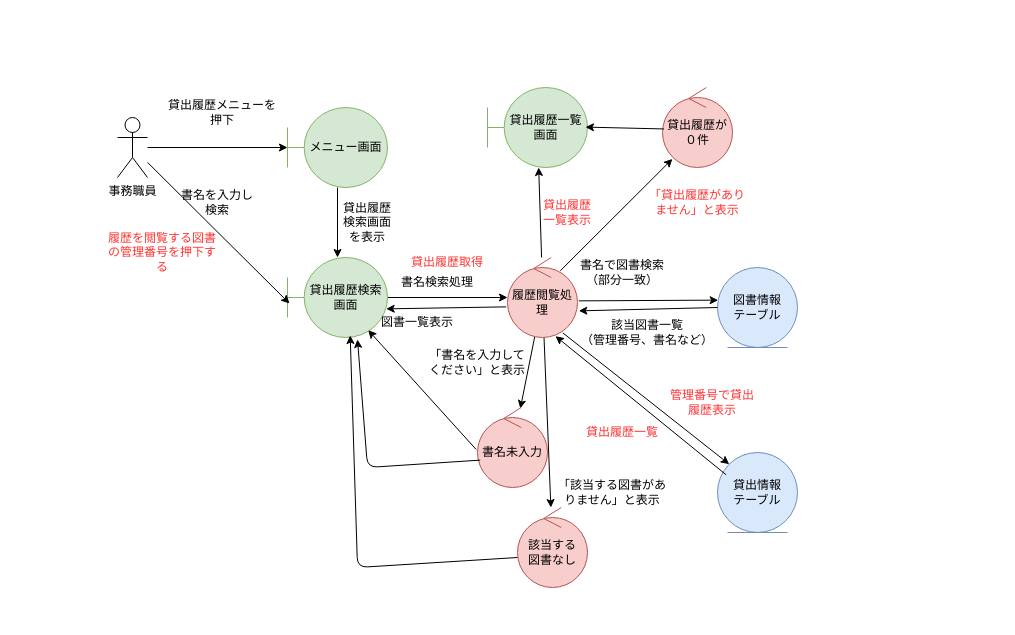
Above: group/effect_measurement/file2/analysis_02_view_history.drawio in sugimoto0804/o-hara_uml (draw.io), before the change. Source tidied: cells renumbered, new cells numbered last; positions are measured from the earlier drawing's top-left corner, leaving out a move shared by most shapes. Both pictures are drawn from the tidied source at 100%, with x=0, y=0 at pixel (107, 87).
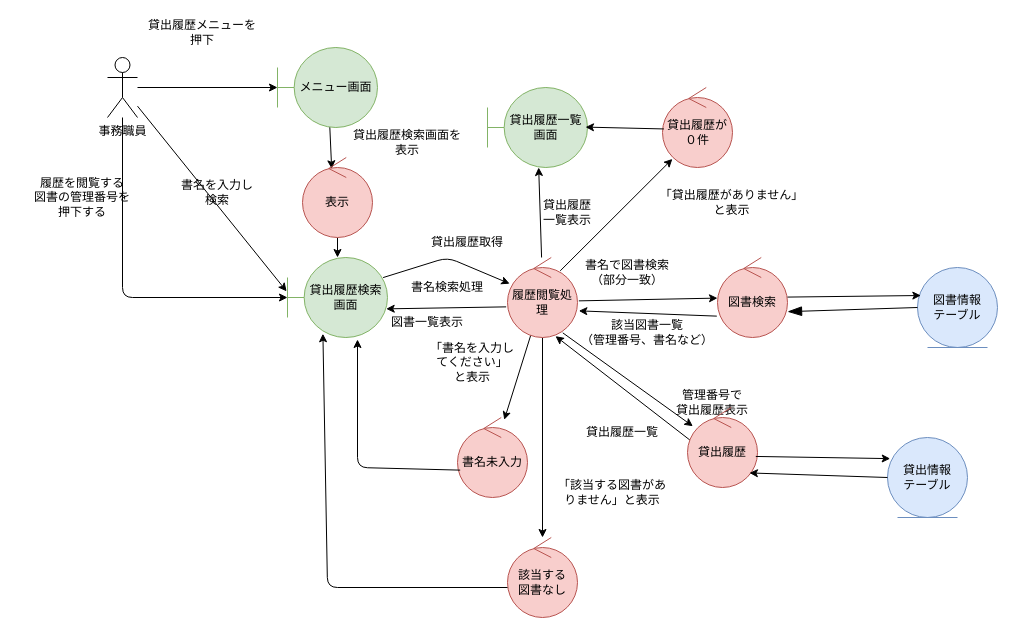
Above is the later version.

Unchanged cells that the change refers to:
```xml
<mxCell id="7" value="貸出履歴検索画面" style="shape=umlBoundary;whiteSpace=wrap;html=1;fillColor=#d5e8d4;strokeColor=#82b366;" parent="1" vertex="1">
  <mxGeometry x="180" y="170" width="100" height="80" as="geometry" />
</mxCell>
<mxCell id="16" value="履歴閲覧処理" style="ellipse;shape=umlControl;whiteSpace=wrap;html=1;fillColor=#f8cecc;strokeColor=#b85450;" parent="1" vertex="1">
  <mxGeometry x="400" y="170" width="70" height="80" as="geometry" />
</mxCell>
```

Diff of the diagram source:
```diff
@@
     <mxCell id="3" value="事務職員" style="shape=umlActor;verticalLabelPosition=bottom;verticalAlign=top;html=1;" parent="1" vertex="1">
-      <mxGeometry x="10" y="30" width="30" height="60" as="geometry" />
+      <mxGeometry y="-30" width="30" height="60" as="geometry" />
     </mxCell>
-    <mxCell id="4" style="edgeStyle=none;html=1;" parent="1" edge="1" source="5" target="7">
-      <mxGeometry relative="1" as="geometry" />
-    </mxCell>
+    <mxCell id="44" style="edgeStyle=none;html=1;exitX=0.523;exitY=0.993;exitDx=0;exitDy=0;exitPerimeter=0;entryX=0.417;entryY=0.141;entryDx=0;entryDy=0;entryPerimeter=0;" parent="1" edge="1" source="5" target="47">
+      <mxGeometry relative="1" as="geometry" />
+    </mxCell>
     <mxCell id="5" value="メニュー画面" style="shape=umlBoundary;whiteSpace=wrap;html=1;fillColor=#d5e8d4;strokeColor=#82b366;" parent="1" vertex="1">
-      <mxGeometry x="180" y="20" width="100" height="80" as="geometry" />
+      <mxGeometry x="170" y="-40" width="100" height="80" as="geometry" />
     </mxCell>
-    <mxCell id="6" style="edgeStyle=none;html=1;" parent="1" edge="1" source="7" target="16">
-      <mxGeometry relative="1" as="geometry" />
-    </mxCell>
@@
     <mxCell id="9" value="貸出履歴メニューを押下" style="text;html=1;align=center;verticalAlign=middle;whiteSpace=wrap;rounded=0;" parent="1" vertex="1">
-      <mxGeometry x="60" y="10" width="110" height="30" as="geometry" />
+      <mxGeometry x="40" y="-70" width="110" height="30" as="geometry" />
     </mxCell>
     <mxCell id="10" value="貸出履歴検索画面を表示" style="text;html=1;align=center;verticalAlign=middle;whiteSpace=wrap;rounded=0;" parent="1" vertex="1">
-      <mxGeometry x="230" y="120" width="60" height="30" as="geometry" />
+      <mxGeometry x="240" y="40" width="120" height="30" as="geometry" />
     </mxCell>
-    <mxCell id="11" style="endArrow=classic;html=1;entryX=0.02;entryY=0.575;entryDx=0;entryDy=0;entryPerimeter=0;" parent="1" edge="1" source="3" target="7">
+    <mxCell id="11" style="endArrow=classic;html=1;entryX=-0.009;entryY=0.423;entryDx=0;entryDy=0;entryPerimeter=0;" parent="1" edge="1" source="3" target="7">
       <mxGeometry relative="1" as="geometry" />
     </mxCell>
     <mxCell id="12" value="書名を入力し検索" style="text;html=1;align=center;verticalAlign=middle;whiteSpace=wrap;rounded=0;" parent="1" vertex="1">
-      <mxGeometry x="70" y="100" width="80" height="30" as="geometry" />
+      <mxGeometry x="70" y="90" width="80" height="30" as="geometry" />
     </mxCell>
@@
-    <mxCell id="17" value="書名検索処理" style="text;html=1;align=center;verticalAlign=middle;whiteSpace=wrap;rounded=0;" parent="1" vertex="1">
-      <mxGeometry x="280" y="180" width="100" height="30" as="geometry" />
-    </mxCell>
     <mxCell id="18" value="書名未入力" style="ellipse;shape=umlControl;whiteSpace=wrap;html=1;fillColor=#f8cecc;strokeColor=#b85450;" parent="1" vertex="1">
-      <mxGeometry x="370" y="320" width="70" height="80" as="geometry" />
+      <mxGeometry x="350" y="330" width="70" height="80" as="geometry" />
     </mxCell>
-    <mxCell id="19" style="endArrow=classic;html=1;exitX=-0.019;exitY=0.525;exitDx=0;exitDy=0;exitPerimeter=0;entryX=0.807;entryY=0.908;entryDx=0;entryDy=0;entryPerimeter=0;" parent="1" edge="1" source="18" target="7">
-      <mxGeometry relative="1" as="geometry" />
-    </mxCell>
     <mxCell id="20" value="図書情報&lt;div&gt;テーブル&lt;/div&gt;" style="ellipse;shape=umlEntity;whiteSpace=wrap;html=1;fillColor=#dae8fc;strokeColor=#6c8ebf;" parent="1" vertex="1">
-      <mxGeometry x="610" y="180" width="80" height="80" as="geometry" />
+      <mxGeometry x="810" y="180" width="80" height="80" as="geometry" />
     </mxCell>
-    <mxCell id="21" style="edgeStyle=none;html=1;exitX=1.019;exitY=0.542;exitDx=0;exitDy=0;exitPerimeter=0;entryX=0.008;entryY=0.408;entryDx=0;entryDy=0;entryPerimeter=0;" parent="1" edge="1" source="16" target="20">
+    <mxCell id="21" style="edgeStyle=none;html=1;exitX=1.019;exitY=0.542;exitDx=0;exitDy=0;exitPerimeter=0;" parent="1" edge="1" source="16" target="50">
       <mxGeometry relative="1" as="geometry" />
     </mxCell>
     <mxCell id="22" value="書名で図書検索（部分一致）" style="text;html=1;align=center;verticalAlign=middle;whiteSpace=wrap;rounded=0;" parent="1" vertex="1">
-      <mxGeometry x="470" y="170" width="90" height="30" as="geometry" />
+      <mxGeometry x="470" y="170" width="100" height="30" as="geometry" />
     </mxCell>
-    <mxCell id="23" style="endArrow=classic;html=1;exitX=0;exitY=0.5;exitDx=0;exitDy=0;entryX=1.019;entryY=0.667;entryDx=0;entryDy=0;entryPerimeter=0;" parent="1" edge="1" source="20" target="16">
+    <mxCell id="23" style="endArrow=classic;html=1;exitX=-0.01;exitY=0.733;exitDx=0;exitDy=0;entryX=1.019;entryY=0.667;entryDx=0;entryDy=0;entryPerimeter=0;exitPerimeter=0;" parent="1" edge="1" source="50" target="16">
       <mxGeometry relative="1" as="geometry" />
     </mxCell>
@@
-    <mxCell id="25" value="「書名を入力してください」と表示" style="text;html=1;align=center;verticalAlign=middle;whiteSpace=wrap;rounded=0;" parent="1" vertex="1">
-      <mxGeometry x="320" y="260" width="100" height="30" as="geometry" />
+    <mxCell id="25" value="「書名を入力してください」&lt;div&gt;と表示&lt;/div&gt;" style="text;html=1;align=center;verticalAlign=middle;whiteSpace=wrap;rounded=0;" parent="1" vertex="1">
+      <mxGeometry x="320" y="260" width="90" height="30" as="geometry" />
     </mxCell>
     <mxCell id="26" value="該当する&lt;div&gt;図書なし&lt;/div&gt;" style="ellipse;shape=umlControl;whiteSpace=wrap;html=1;fillColor=#f8cecc;strokeColor=#b85450;" parent="1" vertex="1">
-      <mxGeometry x="410" y="420" width="70" height="80" as="geometry" />
+      <mxGeometry x="400" y="450" width="70" height="80" as="geometry" />
     </mxCell>
@@
-    <mxCell id="28" style="endArrow=classic;html=1;entryX=0.627;entryY=0.975;entryDx=0;entryDy=0;entryPerimeter=0;exitX=0;exitY=0.625;exitDx=0;exitDy=0;exitPerimeter=0;" parent="1" edge="1" source="26" target="7">
+    <mxCell id="28" style="endArrow=classic;html=1;entryX=0.354;entryY=0.953;entryDx=0;entryDy=0;entryPerimeter=0;exitX=0;exitY=0.625;exitDx=0;exitDy=0;exitPerimeter=0;" parent="1" edge="1" source="26" target="7">
       <mxGeometry relative="1" as="geometry">
         <Array as="points">
-          <mxPoint x="250" y="480" />
+          <mxPoint x="220" y="500" />
         </Array>
       </mxGeometry>
     </mxCell>
     <mxCell id="29" style="endArrow=classic;html=1;exitX=0.038;exitY=0.658;exitDx=0;exitDy=0;exitPerimeter=0;entryX=0.7;entryY=1.025;entryDx=0;entryDy=0;entryPerimeter=0;" parent="1" edge="1" source="18" target="7">
       <mxGeometry relative="1" as="geometry">
         <Array as="points">
-          <mxPoint x="260" y="380" />
+          <mxPoint x="250" y="380" />
         </Array>
       </mxGeometry>
     </mxCell>
@@
     <mxCell id="31" value="図書一覧表示" style="text;html=1;align=center;verticalAlign=middle;whiteSpace=wrap;rounded=0;" parent="1" vertex="1">
-      <mxGeometry x="270" y="220" width="80" height="30" as="geometry" />
+      <mxGeometry x="270" y="220" width="100" height="30" as="geometry" />
     </mxCell>
-    <mxCell id="32" value="履歴を閲覧する図書の管理番号を押下する" style="text;html=1;align=center;verticalAlign=middle;whiteSpace=wrap;rounded=0;fillColor=none;fontColor=#FF3333;strokeColor=none;" parent="1" vertex="1">
-      <mxGeometry y="150" width="110" height="30" as="geometry" />
+    <mxCell id="32" value="&lt;font style=&quot;color: rgb(0, 0, 0);&quot;&gt;履歴を閲覧する&lt;/font&gt;&lt;div&gt;&lt;font style=&quot;color: rgb(0, 0, 0);&quot;&gt;図書の管理番号を&lt;/font&gt;&lt;/div&gt;&lt;div&gt;&lt;font style=&quot;color: rgb(0, 0, 0);&quot;&gt;押下する&lt;/font&gt;&lt;/div&gt;" style="text;html=1;align=center;verticalAlign=middle;whiteSpace=wrap;rounded=0;fillColor=none;fontColor=#FF3333;strokeColor=none;" parent="1" vertex="1">
+      <mxGeometry x="-90" y="95" width="130" height="30" as="geometry" />
     </mxCell>
-    <mxCell id="33" value="&lt;font style=&quot;color: rgb(255, 51, 51);&quot;&gt;貸出履歴取得&lt;/font&gt;" style="text;html=1;align=center;verticalAlign=middle;whiteSpace=wrap;rounded=0;fillColor=none;fontColor=#333333;strokeColor=none;" parent="1" vertex="1">
-      <mxGeometry x="300" y="160" width="80" height="30" as="geometry" />
+    <mxCell id="33" value="&lt;font style=&quot;color: rgb(0, 0, 0);&quot;&gt;貸出履歴取得&lt;/font&gt;" style="text;html=1;align=center;verticalAlign=middle;whiteSpace=wrap;rounded=0;fillColor=none;fontColor=#333333;strokeColor=none;" parent="1" vertex="1">
+      <mxGeometry x="315" y="140" width="90" height="30" as="geometry" />
     </mxCell>
     <mxCell id="34" value="貸出情報&lt;div&gt;テーブル&lt;/div&gt;" style="ellipse;shape=umlEntity;whiteSpace=wrap;html=1;fillColor=#dae8fc;strokeColor=#6c8ebf;" parent="1" vertex="1">
-      <mxGeometry x="610" y="365" width="80" height="80" as="geometry" />
+      <mxGeometry x="780" y="350" width="80" height="80" as="geometry" />
     </mxCell>
-    <mxCell id="35" style="endArrow=classic;html=1;entryX=0;entryY=0;entryDx=0;entryDy=0;exitX=0.79;exitY=0.942;exitDx=0;exitDy=0;exitPerimeter=0;" parent="1" edge="1" source="16" target="34">
+    <mxCell id="35" style="endArrow=classic;html=1;exitX=0.79;exitY=0.942;exitDx=0;exitDy=0;exitPerimeter=0;" parent="1" edge="1" source="16" target="49">
       <mxGeometry relative="1" as="geometry" />
     </mxCell>
-    <mxCell id="36" value="管理番号で貸出履歴表示" style="text;html=1;align=center;verticalAlign=middle;whiteSpace=wrap;rounded=0;fontColor=#FF3333;" parent="1" vertex="1">
+    <mxCell id="36" value="&lt;font style=&quot;color: rgb(0, 0, 0);&quot;&gt;管理番号で&lt;/font&gt;&lt;div&gt;&lt;font style=&quot;color: rgb(0, 0, 0);&quot;&gt;貸出履歴表示&lt;/font&gt;&lt;/div&gt;" style="text;html=1;align=center;verticalAlign=middle;whiteSpace=wrap;rounded=0;fontColor=#FF3333;" parent="1" vertex="1">
       <mxGeometry x="560" y="300" width="90" height="30" as="geometry" />
     </mxCell>
-    <mxCell id="37" style="endArrow=classic;html=1;entryX=0.686;entryY=0.983;entryDx=0;entryDy=0;entryPerimeter=0;exitX=0.108;exitY=0.279;exitDx=0;exitDy=0;exitPerimeter=0;" parent="1" edge="1" source="34" target="16">
+    <mxCell id="37" style="endArrow=classic;html=1;entryX=0.686;entryY=0.983;entryDx=0;entryDy=0;entryPerimeter=0;exitX=0.086;exitY=0.442;exitDx=0;exitDy=0;exitPerimeter=0;" parent="1" edge="1" source="49" target="16">
       <mxGeometry relative="1" as="geometry" />
     </mxCell>
-    <mxCell id="38" value="貸出履歴一覧" style="text;html=1;align=center;verticalAlign=middle;whiteSpace=wrap;rounded=0;fontColor=#FF3333;" parent="1" vertex="1">
+    <mxCell id="38" value="&lt;font style=&quot;color: rgb(0, 0, 0);&quot;&gt;貸出履歴一覧&lt;/font&gt;" style="text;html=1;align=center;verticalAlign=middle;whiteSpace=wrap;rounded=0;fontColor=#FF3333;" parent="1" vertex="1">
       <mxGeometry x="470" y="330" width="90" height="30" as="geometry" />
     </mxCell>
-    <mxCell id="39" value="貸出履歴一覧表示" style="text;html=1;align=center;verticalAlign=middle;whiteSpace=wrap;rounded=0;fontColor=#FF3333;" parent="1" vertex="1">
+    <mxCell id="39" value="貸出履歴一覧表示" style="text;html=1;align=center;verticalAlign=middle;whiteSpace=wrap;rounded=0;fontColor=#000000;" parent="1" vertex="1">
       <mxGeometry x="430" y="110" width="60" height="30" as="geometry" />
     </mxCell>
@@
-    <mxCell id="42" value="「貸出履歴がありません」と表示" style="text;html=1;align=center;verticalAlign=middle;whiteSpace=wrap;rounded=0;fontColor=#FF3333;" parent="1" vertex="1">
-      <mxGeometry x="540" y="100" width="100" height="30" as="geometry" />
+    <mxCell id="42" value="「貸出履歴がありません」&lt;div&gt;と表示&lt;/div&gt;" style="text;html=1;align=center;verticalAlign=middle;whiteSpace=wrap;rounded=0;fontColor=#000000;" parent="1" vertex="1">
+      <mxGeometry x="539" y="100" width="171" height="30" as="geometry" />
     </mxCell>
@@
+    <mxCell id="45" style="edgeStyle=none;html=1;" parent="1" edge="1" source="7">
+      <mxGeometry relative="1" as="geometry">
+        <mxPoint x="280" y="202.5" as="targetPoint" />
+      </mxGeometry>
+    </mxCell>
+    <mxCell id="6" style="endArrow=classic;html=1;exitX=0.956;exitY=0.251;exitDx=0;exitDy=0;exitPerimeter=0;" parent="1" edge="1" source="7" target="16">
+      <mxGeometry relative="1" as="geometry">
+        <Array as="points">
+          <mxPoint x="340" y="170" />
+        </Array>
+      </mxGeometry>
+    </mxCell>
+    <mxCell id="17" value="書名検索処理" style="text;html=1;align=center;verticalAlign=middle;whiteSpace=wrap;rounded=0;" parent="1" vertex="1">
+      <mxGeometry x="290" y="190" width="100" height="20" as="geometry" />
+    </mxCell>
+    <mxCell id="46" style="edgeStyle=none;html=1;" parent="1" edge="1" source="47" target="7">
+      <mxGeometry relative="1" as="geometry" />
+    </mxCell>
+    <mxCell id="47" value="表示" style="ellipse;shape=umlControl;whiteSpace=wrap;html=1;fillColor=#f8cecc;strokeColor=#b85450;" parent="1" vertex="1">
+      <mxGeometry x="195" y="70" width="70" height="80" as="geometry" />
+    </mxCell>
+    <mxCell id="48" style="edgeStyle=none;html=1;entryX=0;entryY=0.5;entryDx=0;entryDy=0;entryPerimeter=0;" parent="1" edge="1" source="3" target="7">
+      <mxGeometry relative="1" as="geometry">
+        <Array as="points">
+          <mxPoint x="15" y="210" />
+        </Array>
+      </mxGeometry>
+    </mxCell>
+    <mxCell id="49" value="貸出履歴" style="ellipse;shape=umlControl;whiteSpace=wrap;html=1;fillColor=#f8cecc;strokeColor=#b85450;" parent="1" vertex="1">
+      <mxGeometry x="580" y="320" width="70" height="80" as="geometry" />
+    </mxCell>
+    <mxCell id="50" value="図書検索" style="ellipse;shape=umlControl;whiteSpace=wrap;html=1;fillColor=#f8cecc;strokeColor=#b85450;" parent="1" vertex="1">
+      <mxGeometry x="610" y="170" width="70" height="80" as="geometry" />
+    </mxCell>
+    <mxCell id="51" style="edgeStyle=none;html=1;entryX=0.042;entryY=0.35;entryDx=0;entryDy=0;entryPerimeter=0;" parent="1" edge="1" source="50" target="20">
+      <mxGeometry relative="1" as="geometry" />
+    </mxCell>
+    <mxCell id="52" style="endArrow=blockThin;endFill=1;endSize=12;html=1;exitX=0;exitY=0.5;exitDx=0;exitDy=0;entryX=1.001;entryY=0.677;entryDx=0;entryDy=0;entryPerimeter=0;" parent="1" edge="1" source="20" target="50">
+      <mxGeometry relative="1" as="geometry" />
+    </mxCell>
+    <mxCell id="53" style="endArrow=classic;html=1;exitX=0.976;exitY=0.612;exitDx=0;exitDy=0;exitPerimeter=0;entryX=0.034;entryY=0.264;entryDx=0;entryDy=0;entryPerimeter=0;" parent="1" edge="1" source="49" target="34">
+      <mxGeometry relative="1" as="geometry" />
+    </mxCell>
+    <mxCell id="54" style="endArrow=classic;html=1;entryX=0.885;entryY=0.818;entryDx=0;entryDy=0;entryPerimeter=0;exitX=0;exitY=0.5;exitDx=0;exitDy=0;" parent="1" edge="1" source="34" target="49">
+      <mxGeometry relative="1" as="geometry" />
+    </mxCell>
```
